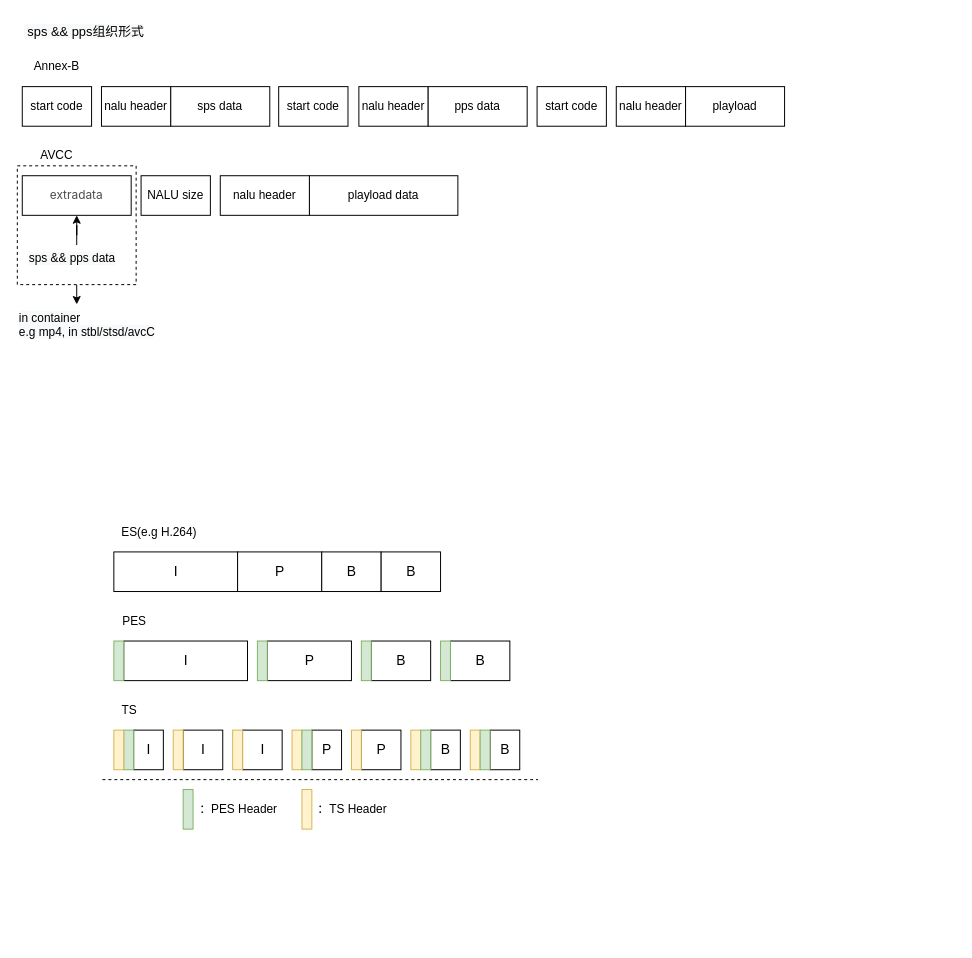
Earlier version of the draw.io diagram drawSomething.drawio (Ritchie-Lin/items). Source tidied: cells renumbered, new cells numbered last; positions are measured from the earlier drawing's top-left corner, leaving out a move shared by most shapes. Both pictures are drawn from the tidied source at 99%, with x=0, y=0 at pixel (17, 17).
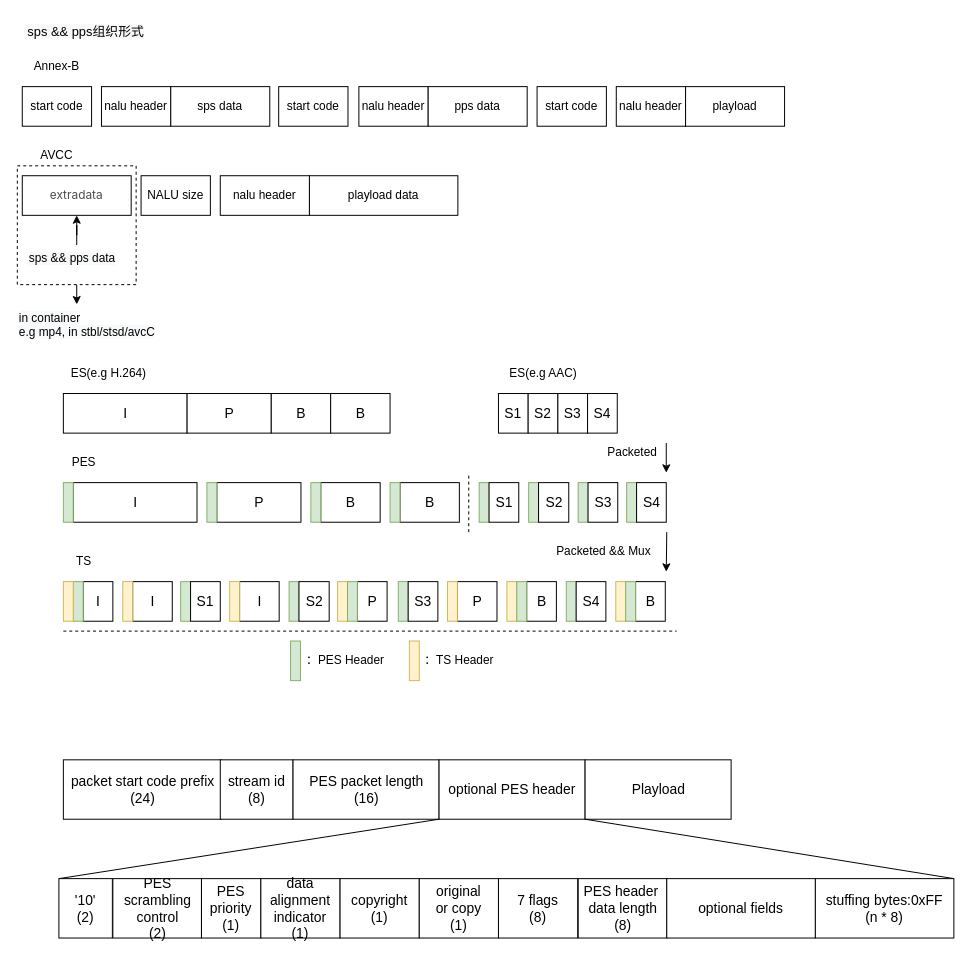
After the change.

Diff of the diagram source:
```diff
@@
     <mxCell id="2" value="&lt;font style=&quot;font-size: 14px&quot;&gt;I&lt;/font&gt;" style="rounded=0;whiteSpace=wrap;html=1;" parent="1" vertex="1">
-      <mxGeometry x="97.5" y="540" width="125" height="40" as="geometry" />
+      <mxGeometry x="46.5" y="380" width="125" height="40" as="geometry" />
     </mxCell>
     <mxCell id="3" value="ES(e.g H.264)" style="text;html=1;align=center;verticalAlign=middle;" parent="1" vertex="1">
-      <mxGeometry x="97.5" y="510" width="90" height="20" as="geometry" />
+      <mxGeometry x="46.5" y="350" width="90" height="20" as="geometry" />
     </mxCell>
     <mxCell id="4" value="&lt;span style=&quot;font-size: 14px&quot;&gt;P&lt;/span&gt;" style="rounded=0;whiteSpace=wrap;html=1;" parent="1" vertex="1">
-      <mxGeometry x="222.5" y="540" width="85" height="40" as="geometry" />
+      <mxGeometry x="171.5" y="380" width="85" height="40" as="geometry" />
     </mxCell>
     <mxCell id="5" value="&lt;span style=&quot;font-size: 14px&quot;&gt;B&lt;/span&gt;" style="rounded=0;whiteSpace=wrap;html=1;" parent="1" vertex="1">
-      <mxGeometry x="307.5" y="540" width="60" height="40" as="geometry" />
+      <mxGeometry x="256.5" y="380" width="60" height="40" as="geometry" />
     </mxCell>
     <mxCell id="6" value="&lt;span style=&quot;font-size: 14px&quot;&gt;B&lt;/span&gt;" style="rounded=0;whiteSpace=wrap;html=1;" parent="1" vertex="1">
-      <mxGeometry x="367.5" y="540" width="60" height="40" as="geometry" />
+      <mxGeometry x="316.5" y="380" width="60" height="40" as="geometry" />
     </mxCell>
     <mxCell id="7" value="&lt;font style=&quot;font-size: 14px&quot;&gt;I&lt;/font&gt;" style="rounded=0;whiteSpace=wrap;html=1;" parent="1" vertex="1">
-      <mxGeometry x="107.5" y="630" width="125" height="40" as="geometry" />
+      <mxGeometry x="56.5" y="470" width="125" height="40" as="geometry" />
     </mxCell>
     <mxCell id="8" value="PES" style="text;html=1;align=center;verticalAlign=middle;" parent="1" vertex="1">
-      <mxGeometry x="97.5" y="600" width="40" height="20" as="geometry" />
+      <mxGeometry x="46.5" y="440" width="40" height="20" as="geometry" />
     </mxCell>
     <mxCell id="9" value="&lt;span style=&quot;font-size: 14px&quot;&gt;P&lt;/span&gt;" style="rounded=0;whiteSpace=wrap;html=1;" parent="1" vertex="1">
-      <mxGeometry x="252.5" y="630" width="85" height="40" as="geometry" />
+      <mxGeometry x="201.5" y="470" width="85" height="40" as="geometry" />
     </mxCell>
     <mxCell id="10" value="&lt;span style=&quot;font-size: 14px&quot;&gt;B&lt;/span&gt;" style="rounded=0;whiteSpace=wrap;html=1;" parent="1" vertex="1">
-      <mxGeometry x="357.5" y="630" width="60" height="40" as="geometry" />
+      <mxGeometry x="306.5" y="470" width="60" height="40" as="geometry" />
     </mxCell>
     <mxCell id="11" value="&lt;span style=&quot;font-size: 14px&quot;&gt;B&lt;/span&gt;" style="rounded=0;whiteSpace=wrap;html=1;" parent="1" vertex="1">
-      <mxGeometry x="437.5" y="630" width="60" height="40" as="geometry" />
+      <mxGeometry x="386.5" y="470" width="60" height="40" as="geometry" />
     </mxCell>
     <mxCell id="12" style="rounded=0;whiteSpace=wrap;html=1;fillColor=#d5e8d4;strokeColor=#82b366;" parent="1" vertex="1">
-      <mxGeometry x="97.5" y="630" width="10" height="40" as="geometry" />
+      <mxGeometry x="46.5" y="470" width="10" height="40" as="geometry" />
     </mxCell>
     <mxCell id="13" style="rounded=0;whiteSpace=wrap;html=1;fillColor=#d5e8d4;strokeColor=#82b366;" parent="1" vertex="1">
-      <mxGeometry x="242.5" y="630" width="10" height="40" as="geometry" />
+      <mxGeometry x="191.5" y="470" width="10" height="40" as="geometry" />
     </mxCell>
     <mxCell id="14" style="rounded=0;whiteSpace=wrap;html=1;fillColor=#d5e8d4;strokeColor=#82b366;" parent="1" vertex="1">
-      <mxGeometry x="347.5" y="630" width="10" height="40" as="geometry" />
+      <mxGeometry x="296.5" y="470" width="10" height="40" as="geometry" />
     </mxCell>
     <mxCell id="15" style="rounded=0;whiteSpace=wrap;html=1;fillColor=#d5e8d4;strokeColor=#82b366;" parent="1" vertex="1">
-      <mxGeometry x="427.5" y="630" width="10" height="40" as="geometry" />
+      <mxGeometry x="376.5" y="470" width="10" height="40" as="geometry" />
     </mxCell>
     <mxCell id="16" value="TS" style="text;html=1;align=center;verticalAlign=middle;" parent="1" vertex="1">
-      <mxGeometry x="97.5" y="690" width="30" height="20" as="geometry" />
+      <mxGeometry x="51.5" y="540" width="30" height="20" as="geometry" />
     </mxCell>
     <mxCell id="17" value="&lt;font style=&quot;font-size: 14px&quot;&gt;I&lt;/font&gt;" style="rounded=0;whiteSpace=wrap;html=1;" parent="1" vertex="1">
-      <mxGeometry x="117.5" y="720" width="30" height="40" as="geometry" />
+      <mxGeometry x="66.5" y="570" width="30" height="40" as="geometry" />
     </mxCell>
     <mxCell id="18" style="rounded=0;whiteSpace=wrap;html=1;fillColor=#d5e8d4;strokeColor=#82b366;" parent="1" vertex="1">
-      <mxGeometry x="107.5" y="720" width="10" height="40" as="geometry" />
+      <mxGeometry x="56.5" y="570" width="10" height="40" as="geometry" />
     </mxCell>
     <mxCell id="19" value="&lt;font style=&quot;font-size: 14px&quot;&gt;I&lt;/font&gt;" style="rounded=0;whiteSpace=wrap;html=1;" parent="1" vertex="1">
-      <mxGeometry x="167.5" y="720" width="40" height="40" as="geometry" />
+      <mxGeometry x="116.5" y="570" width="40" height="40" as="geometry" />
     </mxCell>
     <mxCell id="20" value="&lt;font style=&quot;font-size: 14px&quot;&gt;I&lt;/font&gt;" style="rounded=0;whiteSpace=wrap;html=1;" parent="1" vertex="1">
-      <mxGeometry x="227.5" y="720" width="40" height="40" as="geometry" />
+      <mxGeometry x="224.5" y="570" width="40" height="40" as="geometry" />
     </mxCell>
     <mxCell id="21" style="rounded=0;whiteSpace=wrap;html=1;fillColor=#fff2cc;strokeColor=#d6b656;" parent="1" vertex="1">
-      <mxGeometry x="97.5" y="720" width="10" height="40" as="geometry" />
+      <mxGeometry x="46.5" y="570" width="10" height="40" as="geometry" />
     </mxCell>
     <mxCell id="22" style="rounded=0;whiteSpace=wrap;html=1;fillColor=#fff2cc;strokeColor=#d6b656;" parent="1" vertex="1">
-      <mxGeometry x="157.5" y="720" width="10" height="40" as="geometry" />
+      <mxGeometry x="106.5" y="570" width="10" height="40" as="geometry" />
     </mxCell>
     <mxCell id="23" style="rounded=0;whiteSpace=wrap;html=1;fillColor=#fff2cc;strokeColor=#d6b656;" parent="1" vertex="1">
-      <mxGeometry x="217.5" y="720" width="10" height="40" as="geometry" />
+      <mxGeometry x="214.5" y="570" width="10" height="40" as="geometry" />
     </mxCell>
     <mxCell id="24" value="&lt;font style=&quot;font-size: 14px&quot;&gt;P&lt;/font&gt;" style="rounded=0;whiteSpace=wrap;html=1;" parent="1" vertex="1">
-      <mxGeometry x="297.5" y="720" width="30" height="40" as="geometry" />
+      <mxGeometry x="343.5" y="570" width="30" height="40" as="geometry" />
     </mxCell>
     <mxCell id="25" style="rounded=0;whiteSpace=wrap;html=1;fillColor=#fff2cc;strokeColor=#d6b656;" parent="1" vertex="1">
-      <mxGeometry x="277.5" y="720" width="10" height="40" as="geometry" />
+      <mxGeometry x="323.5" y="570" width="10" height="40" as="geometry" />
     </mxCell>
     <mxCell id="26" value="&lt;font style=&quot;font-size: 14px&quot;&gt;P&lt;/font&gt;" style="rounded=0;whiteSpace=wrap;html=1;" parent="1" vertex="1">
-      <mxGeometry x="347.5" y="720" width="40" height="40" as="geometry" />
+      <mxGeometry x="444.5" y="570" width="40" height="40" as="geometry" />
     </mxCell>
     <mxCell id="27" style="rounded=0;whiteSpace=wrap;html=1;fillColor=#fff2cc;strokeColor=#d6b656;" parent="1" vertex="1">
-      <mxGeometry x="337.5" y="720" width="10" height="40" as="geometry" />
+      <mxGeometry x="434.5" y="570" width="10" height="40" as="geometry" />
     </mxCell>
     <mxCell id="28" value="&lt;font style=&quot;font-size: 14px&quot;&gt;B&lt;/font&gt;" style="rounded=0;whiteSpace=wrap;html=1;" parent="1" vertex="1">
-      <mxGeometry x="417.5" y="720" width="30" height="40" as="geometry" />
+      <mxGeometry x="514.5" y="570" width="30" height="40" as="geometry" />
     </mxCell>
     <mxCell id="29" style="rounded=0;whiteSpace=wrap;html=1;fillColor=#fff2cc;strokeColor=#d6b656;" parent="1" vertex="1">
-      <mxGeometry x="397.5" y="720" width="10" height="40" as="geometry" />
+      <mxGeometry x="494.5" y="570" width="10" height="40" as="geometry" />
     </mxCell>
     <mxCell id="30" value="&lt;font style=&quot;font-size: 14px&quot;&gt;B&lt;/font&gt;" style="rounded=0;whiteSpace=wrap;html=1;" parent="1" vertex="1">
-      <mxGeometry x="477.5" y="720" width="30" height="40" as="geometry" />
+      <mxGeometry x="624.5" y="570" width="30" height="40" as="geometry" />
     </mxCell>
     <mxCell id="31" style="rounded=0;whiteSpace=wrap;html=1;fillColor=#fff2cc;strokeColor=#d6b656;" parent="1" vertex="1">
-      <mxGeometry x="457.5" y="720" width="10" height="40" as="geometry" />
+      <mxGeometry x="604.5" y="570" width="10" height="40" as="geometry" />
     </mxCell>
     <mxCell id="32" style="rounded=0;whiteSpace=wrap;html=1;fillColor=#d5e8d4;strokeColor=#82b366;" parent="1" vertex="1">
-      <mxGeometry x="287.5" y="720" width="10" height="40" as="geometry" />
+      <mxGeometry x="333.5" y="570" width="10" height="40" as="geometry" />
     </mxCell>
     <mxCell id="33" style="rounded=0;whiteSpace=wrap;html=1;fillColor=#d5e8d4;strokeColor=#82b366;" parent="1" vertex="1">
-      <mxGeometry x="407.5" y="720" width="10" height="40" as="geometry" />
+      <mxGeometry x="504.5" y="570" width="10" height="40" as="geometry" />
     </mxCell>
     <mxCell id="34" style="rounded=0;whiteSpace=wrap;html=1;fillColor=#d5e8d4;strokeColor=#82b366;" parent="1" vertex="1">
-      <mxGeometry x="467.5" y="720" width="10" height="40" as="geometry" />
+      <mxGeometry x="614.5" y="570" width="10" height="40" as="geometry" />
     </mxCell>
@@
     <mxCell id="56" style="rounded=0;whiteSpace=wrap;html=1;fillColor=#d5e8d4;strokeColor=#82b366;" parent="1" vertex="1">
-      <mxGeometry x="167.5" y="780" width="10" height="40" as="geometry" />
+      <mxGeometry x="276" y="630" width="10" height="40" as="geometry" />
     </mxCell>
     <mxCell id="57" style="endArrow=none;dashed=1;html=1;" parent="1" edge="1">
       <mxGeometry relative="1" as="geometry">
-        <mxPoint x="86" y="770" as="sourcePoint" />
-        <mxPoint x="526" y="770" as="targetPoint" />
+        <mxPoint x="46.5" y="620" as="sourcePoint" />
+        <mxPoint x="666" y="620" as="targetPoint" />
       </mxGeometry>
     </mxCell>
     <mxCell id="58" value="：PES Header" style="text;html=1;align=center;verticalAlign=middle;" parent="1" vertex="1">
-      <mxGeometry x="177.5" y="790" width="90" height="20" as="geometry" />
+      <mxGeometry x="286" y="640" width="90" height="20" as="geometry" />
     </mxCell>
     <mxCell id="59" style="rounded=0;whiteSpace=wrap;html=1;fillColor=#fff2cc;strokeColor=#d6b656;" parent="1" vertex="1">
-      <mxGeometry x="287.5" y="780" width="10" height="40" as="geometry" />
+      <mxGeometry x="396" y="630" width="10" height="40" as="geometry" />
     </mxCell>
     <mxCell id="60" value="：TS Header" style="text;html=1;align=center;verticalAlign=middle;" parent="1" vertex="1">
-      <mxGeometry x="292.5" y="790" width="90" height="20" as="geometry" />
+      <mxGeometry x="401" y="640" width="90" height="20" as="geometry" />
     </mxCell>
+    <mxCell id="61" value="ES(e.g AAC)" style="text;html=1;align=center;verticalAlign=middle;" parent="1" vertex="1">
+      <mxGeometry x="491" y="350" width="80" height="20" as="geometry" />
+    </mxCell>
+    <mxCell id="62" value="&lt;span style=&quot;font-size: 14px&quot;&gt;S1&lt;/span&gt;" style="rounded=0;whiteSpace=wrap;html=1;" parent="1" vertex="1">
+      <mxGeometry x="486" y="380" width="30" height="40" as="geometry" />
+    </mxCell>
+    <mxCell id="63" value="&lt;span style=&quot;font-size: 14px&quot;&gt;S2&lt;/span&gt;" style="rounded=0;whiteSpace=wrap;html=1;" parent="1" vertex="1">
+      <mxGeometry x="516" y="380" width="30" height="40" as="geometry" />
+    </mxCell>
+    <mxCell id="64" value="&lt;span style=&quot;font-size: 14px&quot;&gt;S3&lt;/span&gt;" style="rounded=0;whiteSpace=wrap;html=1;" parent="1" vertex="1">
+      <mxGeometry x="546" y="380" width="30" height="40" as="geometry" />
+    </mxCell>
+    <mxCell id="65" style="rounded=0;whiteSpace=wrap;html=1;fillColor=#d5e8d4;strokeColor=#82b366;" parent="1" vertex="1">
+      <mxGeometry x="165" y="570" width="10" height="40" as="geometry" />
+    </mxCell>
+    <mxCell id="66" value="&lt;span style=&quot;font-size: 14px&quot;&gt;S1&lt;/span&gt;" style="rounded=0;whiteSpace=wrap;html=1;" parent="1" vertex="1">
+      <mxGeometry x="175" y="570" width="30" height="40" as="geometry" />
+    </mxCell>
+    <mxCell id="67" style="rounded=0;whiteSpace=wrap;html=1;fillColor=#d5e8d4;strokeColor=#82b366;" parent="1" vertex="1">
+      <mxGeometry x="516.5" y="470" width="10" height="40" as="geometry" />
+    </mxCell>
+    <mxCell id="68" value="&lt;span style=&quot;font-size: 14px&quot;&gt;S2&lt;/span&gt;" style="rounded=0;whiteSpace=wrap;html=1;" parent="1" vertex="1">
+      <mxGeometry x="526.5" y="470" width="30.5" height="40" as="geometry" />
+    </mxCell>
+    <mxCell id="69" style="rounded=0;whiteSpace=wrap;html=1;fillColor=#d5e8d4;strokeColor=#82b366;" parent="1" vertex="1">
+      <mxGeometry x="566.5" y="470" width="10" height="40" as="geometry" />
+    </mxCell>
+    <mxCell id="70" value="&lt;span style=&quot;font-size: 14px&quot;&gt;S3&lt;/span&gt;" style="rounded=0;whiteSpace=wrap;html=1;" parent="1" vertex="1">
+      <mxGeometry x="576.5" y="470" width="30" height="40" as="geometry" />
+    </mxCell>
+    <mxCell id="71" value="&lt;span style=&quot;font-size: 14px&quot;&gt;S4&lt;/span&gt;" style="rounded=0;whiteSpace=wrap;html=1;" parent="1" vertex="1">
+      <mxGeometry x="576" y="380" width="30" height="40" as="geometry" />
+    </mxCell>
+    <mxCell id="72" style="rounded=0;whiteSpace=wrap;html=1;fillColor=#d5e8d4;strokeColor=#82b366;" parent="1" vertex="1">
+      <mxGeometry x="615.5" y="470" width="10" height="40" as="geometry" />
+    </mxCell>
+    <mxCell id="73" value="&lt;span style=&quot;font-size: 14px&quot;&gt;S4&lt;/span&gt;" style="rounded=0;whiteSpace=wrap;html=1;" parent="1" vertex="1">
+      <mxGeometry x="625.5" y="470" width="30" height="40" as="geometry" />
+    </mxCell>
+    <mxCell id="74" style="rounded=0;whiteSpace=wrap;html=1;fillColor=#d5e8d4;strokeColor=#82b366;" parent="1" vertex="1">
+      <mxGeometry x="466.5" y="470" width="10" height="40" as="geometry" />
+    </mxCell>
+    <mxCell id="75" value="&lt;span style=&quot;font-size: 14px&quot;&gt;S1&lt;/span&gt;" style="rounded=0;whiteSpace=wrap;html=1;" parent="1" vertex="1">
+      <mxGeometry x="476.5" y="470" width="30" height="40" as="geometry" />
+    </mxCell>
+    <mxCell id="76" style="rounded=0;whiteSpace=wrap;html=1;fillColor=#d5e8d4;strokeColor=#82b366;" parent="1" vertex="1">
+      <mxGeometry x="274.5" y="570" width="10" height="40" as="geometry" />
+    </mxCell>
+    <mxCell id="77" value="&lt;span style=&quot;font-size: 14px&quot;&gt;S2&lt;/span&gt;" style="rounded=0;whiteSpace=wrap;html=1;" parent="1" vertex="1">
+      <mxGeometry x="284.5" y="570" width="30.5" height="40" as="geometry" />
+    </mxCell>
+    <mxCell id="78" style="rounded=0;whiteSpace=wrap;html=1;fillColor=#d5e8d4;strokeColor=#82b366;" parent="1" vertex="1">
+      <mxGeometry x="384.8" y="570" width="10" height="40" as="geometry" />
+    </mxCell>
+    <mxCell id="79" value="&lt;span style=&quot;font-size: 14px&quot;&gt;S3&lt;/span&gt;" style="rounded=0;whiteSpace=wrap;html=1;" parent="1" vertex="1">
+      <mxGeometry x="394.8" y="570" width="30" height="40" as="geometry" />
+    </mxCell>
+    <mxCell id="80" style="rounded=0;whiteSpace=wrap;html=1;fillColor=#d5e8d4;strokeColor=#82b366;" parent="1" vertex="1">
+      <mxGeometry x="554.5" y="570" width="10" height="40" as="geometry" />
+    </mxCell>
+    <mxCell id="81" value="&lt;span style=&quot;font-size: 14px&quot;&gt;S4&lt;/span&gt;" style="rounded=0;whiteSpace=wrap;html=1;" parent="1" vertex="1">
+      <mxGeometry x="564.5" y="570" width="30" height="40" as="geometry" />
+    </mxCell>
+    <mxCell id="82" style="endArrow=none;dashed=1;html=1;" parent="1" edge="1">
+      <mxGeometry relative="1" as="geometry">
+        <mxPoint x="456" y="520" as="sourcePoint" />
+        <mxPoint x="456" y="460" as="targetPoint" />
+      </mxGeometry>
+    </mxCell>
+    <mxCell id="83" style="endArrow=classic;html=1;" parent="1" edge="1">
+      <mxGeometry relative="1" as="geometry">
+        <mxPoint x="655.5" y="430" as="sourcePoint" />
+        <mxPoint x="655.5" y="460" as="targetPoint" />
+      </mxGeometry>
+    </mxCell>
+    <mxCell id="84" value="Packeted" style="text;html=1;align=center;verticalAlign=middle;" parent="1" vertex="1">
+      <mxGeometry x="585.5" y="430" width="70" height="20" as="geometry" />
+    </mxCell>
+    <mxCell id="85" style="endArrow=classic;html=1;" parent="1" edge="1">
+      <mxGeometry relative="1" as="geometry">
+        <mxPoint x="656" y="520" as="sourcePoint" />
+        <mxPoint x="655.5" y="560" as="targetPoint" />
+      </mxGeometry>
+    </mxCell>
+    <mxCell id="86" value="Packeted &amp;amp;&amp;amp; Mux" style="text;html=1;align=center;verticalAlign=middle;" parent="1" vertex="1">
+      <mxGeometry x="536.5" y="530" width="110" height="20" as="geometry" />
+    </mxCell>
+    <mxCell id="87" value="&lt;font style=&quot;font-size: 14px&quot;&gt;packet start code prefix&lt;br&gt;(24)&lt;br&gt;&lt;/font&gt;" style="rounded=0;whiteSpace=wrap;html=1;" parent="1" vertex="1">
+      <mxGeometry x="46.5" y="750" width="159.5" height="60" as="geometry" />
+    </mxCell>
+    <mxCell id="88" value="&lt;font style=&quot;font-size: 14px&quot;&gt;stream id&lt;br&gt;(8)&lt;br&gt;&lt;/font&gt;" style="rounded=0;whiteSpace=wrap;html=1;" parent="1" vertex="1">
+      <mxGeometry x="205" y="750" width="73.5" height="60" as="geometry" />
+    </mxCell>
+    <mxCell id="89" value="&lt;font style=&quot;font-size: 14px&quot;&gt;PES packet length&lt;br&gt;(16)&lt;br&gt;&lt;/font&gt;" style="rounded=0;whiteSpace=wrap;html=1;" parent="1" vertex="1">
+      <mxGeometry x="278.5" y="750" width="147.5" height="60" as="geometry" />
+    </mxCell>
+    <mxCell id="90" value="&lt;font style=&quot;font-size: 14px&quot;&gt;optional PES header&lt;br&gt;&lt;/font&gt;" style="rounded=0;whiteSpace=wrap;html=1;" parent="1" vertex="1">
+      <mxGeometry x="426" y="750" width="147.5" height="60" as="geometry" />
+    </mxCell>
+    <mxCell id="91" value="&lt;font style=&quot;font-size: 14px&quot;&gt;Playload&lt;br&gt;&lt;/font&gt;" style="rounded=0;whiteSpace=wrap;html=1;" parent="1" vertex="1">
+      <mxGeometry x="573.5" y="750" width="147.5" height="60" as="geometry" />
+    </mxCell>
+    <mxCell id="92" style="endArrow=none;html=1;entryX=0;entryY=1;entryDx=0;entryDy=0;exitX=0;exitY=0;exitDx=0;exitDy=0;" parent="1" edge="1" source="94" target="90">
+      <mxGeometry relative="1" as="geometry" />
+    </mxCell>
+    <mxCell id="93" style="endArrow=none;html=1;entryX=1;entryY=1;entryDx=0;entryDy=0;exitX=1;exitY=0;exitDx=0;exitDy=0;" parent="1" edge="1" source="100" target="90">
+      <mxGeometry relative="1" as="geometry" />
+    </mxCell>
+    <mxCell id="94" value="&lt;font style=&quot;font-size: 14px&quot;&gt;'10'&lt;br&gt;(2)&lt;br&gt;&lt;/font&gt;" style="rounded=0;whiteSpace=wrap;html=1;" parent="1" vertex="1">
+      <mxGeometry x="42" y="870" width="54" height="60" as="geometry" />
+    </mxCell>
+    <mxCell id="95" value="&lt;font style=&quot;font-size: 14px&quot;&gt;PES scrambling control&lt;br&gt;(2)&lt;br&gt;&lt;/font&gt;" style="rounded=0;whiteSpace=wrap;html=1;" parent="1" vertex="1">
+      <mxGeometry x="96.5" y="870" width="89.5" height="60" as="geometry" />
+    </mxCell>
+    <mxCell id="96" value="&lt;font style=&quot;font-size: 14px&quot;&gt;PES&lt;br&gt;priority&lt;br&gt;(1)&lt;br&gt;&lt;/font&gt;" style="rounded=0;whiteSpace=wrap;html=1;" parent="1" vertex="1">
+      <mxGeometry x="186" y="870" width="60" height="60" as="geometry" />
+    </mxCell>
+    <mxCell id="97" value="&lt;font style=&quot;font-size: 14px&quot;&gt;data&lt;br&gt;alignment&lt;br&gt;indicator&lt;br&gt;(1)&lt;br&gt;&lt;/font&gt;" style="rounded=0;whiteSpace=wrap;html=1;" parent="1" vertex="1">
+      <mxGeometry x="246" y="870" width="80" height="60" as="geometry" />
+    </mxCell>
+    <mxCell id="98" value="&lt;font style=&quot;font-size: 14px&quot;&gt;copyright&lt;br&gt;(1)&lt;br&gt;&lt;/font&gt;" style="rounded=0;whiteSpace=wrap;html=1;" parent="1" vertex="1">
+      <mxGeometry x="326" y="870" width="80" height="60" as="geometry" />
+    </mxCell>
+    <mxCell id="99" value="&lt;font style=&quot;font-size: 14px&quot;&gt;PES header&amp;nbsp;&lt;br&gt;data length&lt;br&gt;(8)&lt;br&gt;&lt;/font&gt;" style="rounded=0;whiteSpace=wrap;html=1;" parent="1" vertex="1">
+      <mxGeometry x="566.5" y="870" width="89.5" height="60" as="geometry" />
+    </mxCell>
+    <mxCell id="100" value="&lt;font style=&quot;font-size: 14px&quot;&gt;stuffing bytes:0xFF&lt;br&gt;(n * 8)&lt;br&gt;&lt;/font&gt;" style="rounded=0;whiteSpace=wrap;html=1;" parent="1" vertex="1">
+      <mxGeometry x="806" y="870" width="140" height="60" as="geometry" />
+    </mxCell>
+    <mxCell id="101" value="&lt;font style=&quot;font-size: 14px&quot;&gt;original&lt;br&gt;or copy&lt;br&gt;(1)&lt;br&gt;&lt;/font&gt;" style="rounded=0;whiteSpace=wrap;html=1;" parent="1" vertex="1">
+      <mxGeometry x="406" y="870" width="80" height="60" as="geometry" />
+    </mxCell>
+    <mxCell id="102" value="&lt;font style=&quot;font-size: 14px&quot;&gt;7 flags&lt;br&gt;(8)&lt;br&gt;&lt;/font&gt;" style="rounded=0;whiteSpace=wrap;html=1;" parent="1" vertex="1">
+      <mxGeometry x="486" y="870" width="80" height="60" as="geometry" />
+    </mxCell>
+    <mxCell id="103" value="&lt;font style=&quot;font-size: 14px&quot;&gt;optional fields&lt;br&gt;&lt;/font&gt;" style="rounded=0;whiteSpace=wrap;html=1;" parent="1" vertex="1">
+      <mxGeometry x="656" y="870" width="150" height="60" as="geometry" />
+    </mxCell>
```
